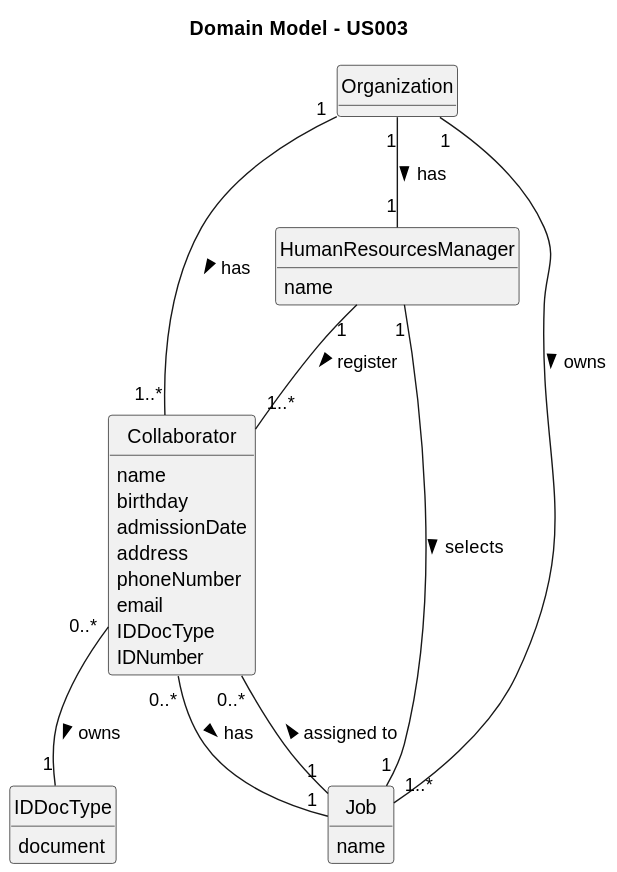
Above: docs/sprintA&B/us003/02.analysis/svg/us003-domain-model.svg in daniel41silva05/ISEP_2023_2024_LAPR2 (PlantUML), before the change. Source of this version:
```plantuml
@startuml
skinparam monochrome true
skinparam packageStyle rectangle
skinparam shadowing false

skinparam classAttributeIconSize 0

hide circle
hide methods

title Domain Model - US003

class Organization {
}

class Collaborator {
    name
    birthday
    admissionDate
    address
    phoneNumber
    email
    IDDocType
    IDNumber
}

class HumanResourcesManager {
    name
}

class Job {
    name
}

class IDDocType {
    document
}

Organization "1" -- "1" HumanResourcesManager : has >
Organization "1" -- "1..*" Collaborator : has >
Organization "1" -- "1..*" Job : owns >
HumanResourcesManager "1" -- "1" Job : selects  >
Job "1" -- "0..*" Collaborator : assigned to >
HumanResourcesManager "1" -- "1..*" Collaborator : register >
Collaborator "0..*" -- "1" IDDocType : owns >
Collaborator "0..*" -- "1" Job : has >
@enduml
```
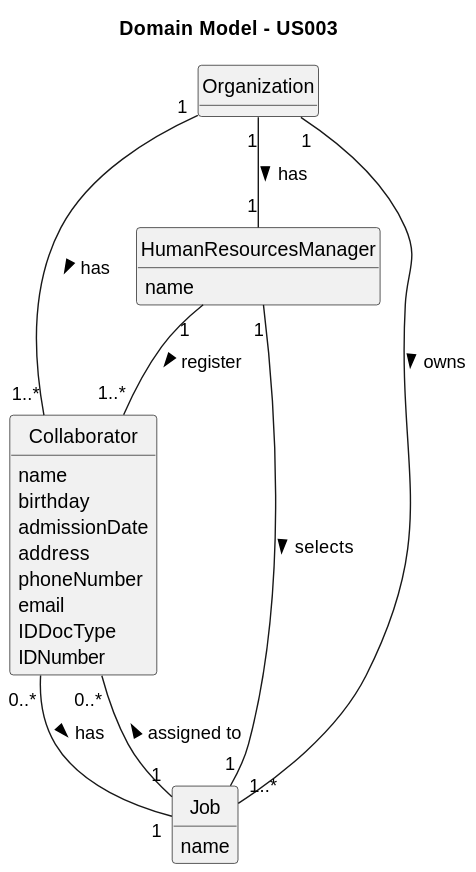
The same file after the commit.

Commit message:
ED-17 US03 - Update Class Diagram

Diff of the diagram source:
```diff
@@ -32,16 +32,11 @@
     name
 }
 
-class IDDocType {
-    document
-}
-
 Organization "1" -- "1" HumanResourcesManager : has >
 Organization "1" -- "1..*" Collaborator : has >
 Organization "1" -- "1..*" Job : owns >
 HumanResourcesManager "1" -- "1" Job : selects  >
 Job "1" -- "0..*" Collaborator : assigned to >
 HumanResourcesManager "1" -- "1..*" Collaborator : register >
-Collaborator "0..*" -- "1" IDDocType : owns >
 Collaborator "0..*" -- "1" Job : has >
 @enduml
```
